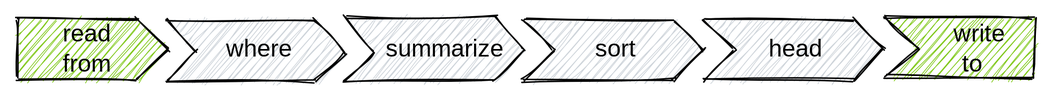
Before: web/docs/understand/language/pipeline-example.excalidraw.svg, a diagram exported from Excalidraw (tenzir/tenzir). Source tidied: one line per element, renumbered; positions are measured from the earlier drawing's top-left corner, leaving out a move shared by most shapes.
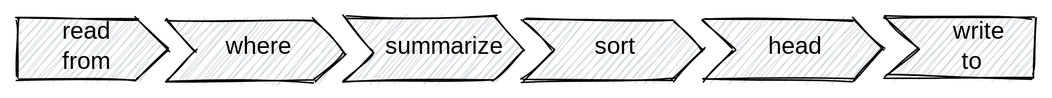
After the commit.

What changed in the source:
```diff
@@ -1,7 +1,7 @@
-{"id": 0, "type": "line", "strokeColor": "#000000", "backgroundColor": "#82c91e", "fillStyle": "hachure", "strokeWidth": 1, "roughness": 1, "x": 0, "y": 1, "width": 100, "height": 40, "points": [[0, 0], [0, 40], [80, 40], [100, 20], [80, 0], [0, 0]]}
+{"id": 0, "type": "line", "strokeColor": "#000000", "backgroundColor": "#ced4da", "fillStyle": "hachure", "strokeWidth": 1, "roughness": 1, "x": 0, "y": 1, "width": 100, "height": 40, "points": [[0, 0], [0, 40], [80, 40], [100, 20], [80, 0], [0, 0]]}
 {"id": 1, "type": "text", "text": "read", "strokeColor": "#000000", "backgroundColor": "#ced4da", "fillStyle": "hachure", "strokeWidth": 1, "roughness": 1, "fontSize": 16, "fontFamily": 3, "textAlign": "center", "x": 26, "y": 0, "width": 40, "height": 20}
 {"id": 2, "type": "text", "text": "from", "strokeColor": "#000000", "backgroundColor": "#ced4da", "fillStyle": "hachure", "strokeWidth": 1, "roughness": 1, "fontSize": 16, "fontFamily": 3, "textAlign": "center", "x": 26, "y": 20, "width": 40, "height": 20}
-{"id": 3, "type": "line", "strokeColor": "#000000", "backgroundColor": "#82c91e", "fillStyle": "hachure", "strokeWidth": 1, "roughness": 1, "x": 579, "y": 0, "width": 100, "height": 40, "points": [[0, 0], [22, 21], [0, 40], [100, 40], [100, 0], [0, 0]]}
+{"id": 3, "type": "line", "strokeColor": "#000000", "backgroundColor": "#ced4da", "fillStyle": "hachure", "strokeWidth": 1, "roughness": 1, "x": 579, "y": 0, "width": 100, "height": 40, "points": [[0, 0], [22, 21], [0, 40], [100, 40], [100, 0], [0, 0]]}
 {"id": 4, "type": "text", "text": "write", "strokeColor": "#000000", "backgroundColor": "#ced4da", "fillStyle": "hachure", "strokeWidth": 1, "roughness": 1, "fontSize": 16, "fontFamily": 3, "textAlign": "center", "x": 618, "y": 0, "width": 49, "height": 20}
 {"id": 5, "type": "text", "text": "to", "strokeColor": "#000000", "backgroundColor": "#ced4da", "fillStyle": "hachure", "strokeWidth": 1, "roughness": 1, "fontSize": 16, "fontFamily": 3, "textAlign": "center", "x": 627, "y": 20, "width": 21, "height": 20}
 {"id": 6, "type": "line", "strokeColor": "#000000", "backgroundColor": "#ced4da", "fillStyle": "hachure", "strokeWidth": 1, "roughness": 1, "x": 99, "y": 2, "width": 120, "height": 41, "points": [[0, 0], [20, 20], [0, 40], [100, 40], [120, 21], [99, -1], [0, 0]]}
```
